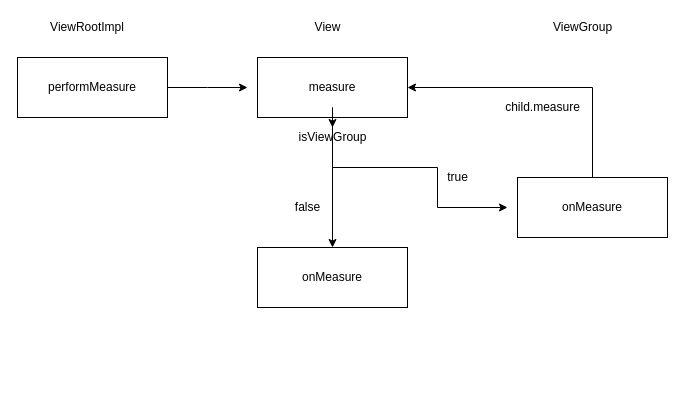
The draw.io diagram 测量流程.drawio in xxm-sz/dio, before the edit. Source tidied: cells renumbered, new cells numbered last; positions are measured from the earlier drawing's top-left corner, leaving out a move shared by most shapes. Both pictures are drawn from the tidied source at 100%, with x=0, y=0 at pixel (17, 17).
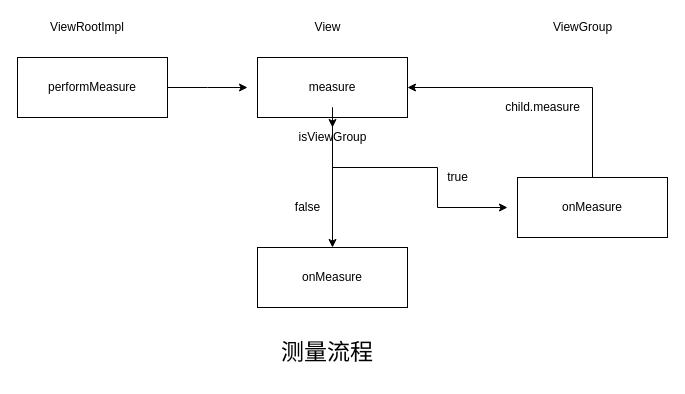
Above is the later version.

Commit message (it also covers changes not shown here):
更新测量流程.drawio

The edit, as a diff of the source:
```diff
@@
+    <mxCell id="18" value="&lt;font style=&quot;font-size: 23px&quot;&gt;测量流程&lt;/font&gt;" style="text;html=1;strokeColor=none;fillColor=none;align=center;verticalAlign=middle;whiteSpace=wrap;rounded=0;" parent="1" vertex="1">
+      <mxGeometry x="230" y="310" width="160" height="50" as="geometry" />
+    </mxCell>
```
